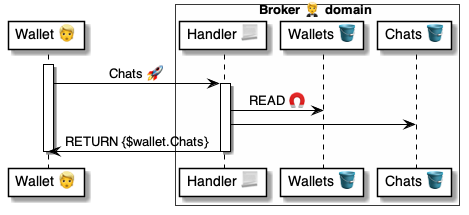
The PlantUML diagram 4 ⚙️ Solution/20 🧑‍🦰 UI/Brokers 🤵/🤵🅰️ Broker methods/Chats 💬 Chats 🧑‍🦰🚀🤵/🤵 Chats ⚙️ uml.png in pollyweb-org/pollyweb-docs, before a commit. Its source is kept beside it as 4 ⚙️ Solution/20 🧑‍🦰 UI/Brokers 🤵/🤵🅰️ Broker methods/Chats 💬 Chats 🧑‍🦰🚀🤵/🤵 Chats ⚙️ uml.puml.
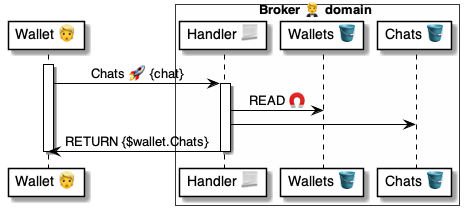
Later version of the same file.

What changed in the source:
```diff
@@ -10,7 +10,7 @@
 end box
 
 activate wallet
-wallet -> broker: Chats 🚀
+wallet -> broker: Chats 🚀 {chat}
 
     activate broker
         broker -> wallets: READ 🧲
```
